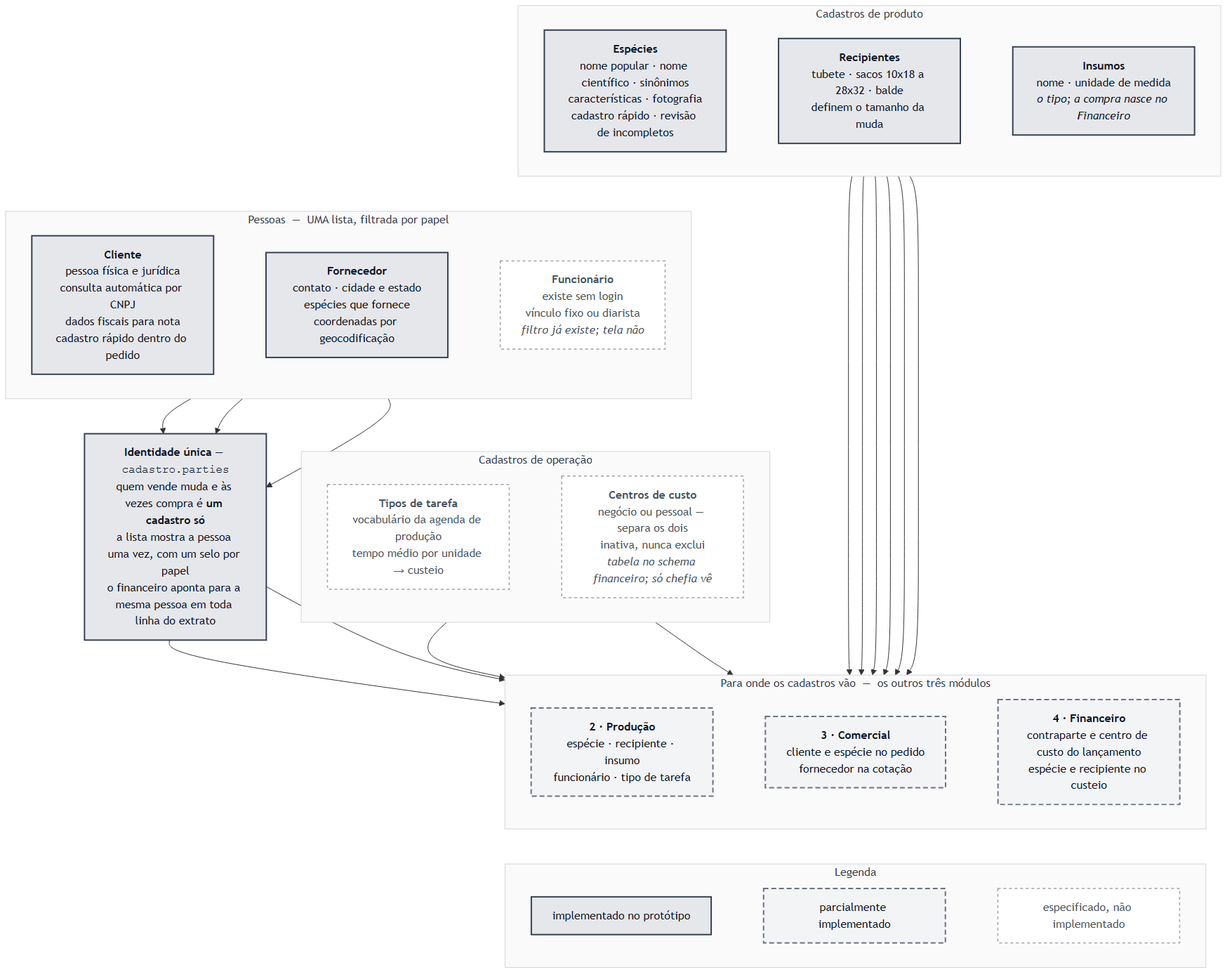
The Mermaid diagram docs/rotinas/img/mapa-1-cadastros.png in JoaoMudar/mudar, before a commit. Its source is kept beside it as docs/rotinas/img/mapa-1-cadastros.mmd.
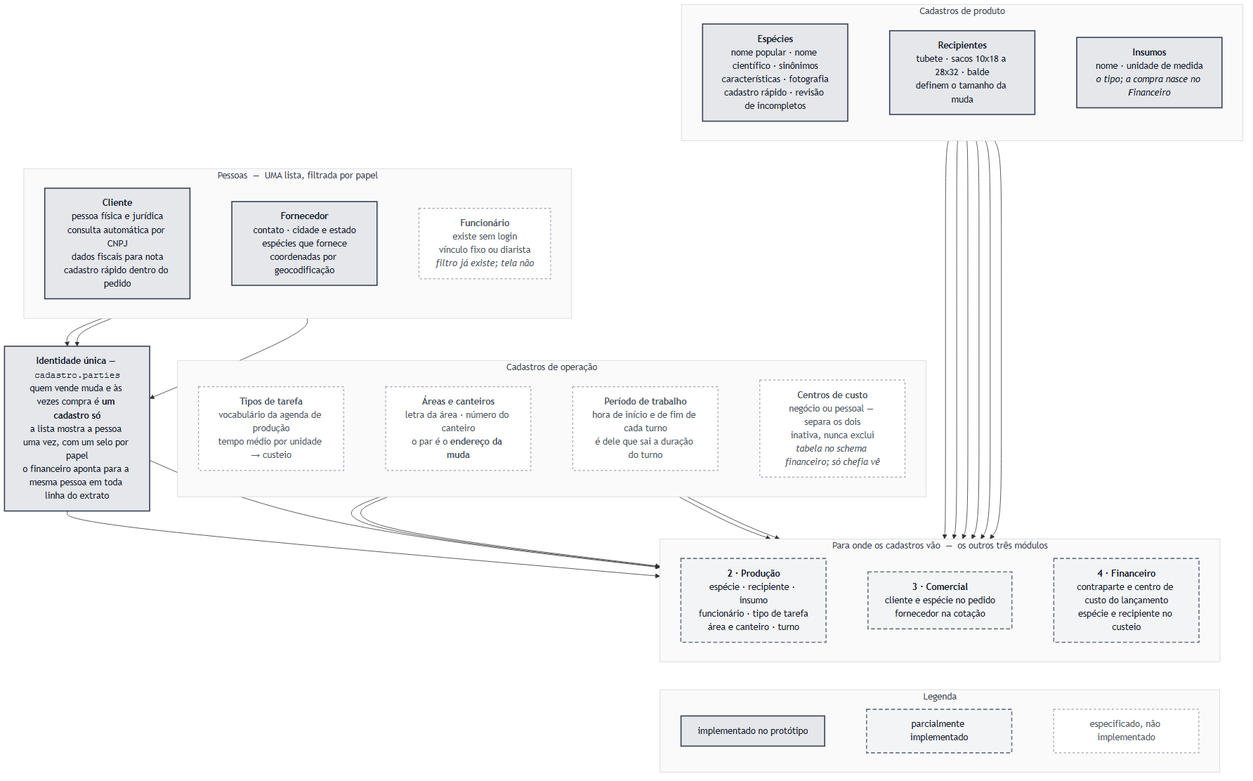
The same diagram one commit later.

What changed in the source:
```diff
@@ -20,13 +20,15 @@
   subgraph OPER["Cadastros de operação"]
     direction LR
     TIP["<b>Tipos de tarefa</b><br/>vocabulário da agenda de produção<br/>tempo médio por unidade &rarr; custeio"]
+    ARE["<b>Áreas e canteiros</b><br/>letra da área · número do canteiro<br/>o par é o <b>endereço da muda</b>"]
+    TUR["<b>Período de trabalho</b><br/>hora de início e de fim de cada turno<br/>é dele que sai a duração do turno"]
     CCU["<b>Centros de custo</b><br/>negócio ou pessoal &mdash; separa os dois<br/>inativa, nunca exclui<br/><i>tabela no schema financeiro; só chefia vê</i>"]
-    TIP ~~~ CCU
+    TIP ~~~ ARE ~~~ TUR ~~~ CCU
   end
 
   subgraph CONS["Para onde os cadastros vão &nbsp;&mdash;&nbsp; os outros três módulos"]
     direction LR
-    D2["<b>2 · Produção</b><br/>espécie · recipiente · insumo<br/>funcionário · tipo de tarefa"]
+    D2["<b>2 · Produção</b><br/>espécie · recipiente · insumo<br/>funcionário · tipo de tarefa<br/>área e canteiro · turno"]
     D3["<b>3 · Comercial</b><br/>cliente e espécie no pedido<br/>fornecedor na cotação"]
     D4["<b>4 · Financeiro</b><br/>contraparte e centro de custo do lançamento<br/>espécie e recipiente no custeio"]
     D2 ~~~ D3 ~~~ D4
@@ -43,6 +45,8 @@
   REC --> D2
   INS --> D2
   TIP --> D2
+  ARE --> D2
+  TUR --> D2
   CCU --> D4
   ESP --> D3
   IDE --> D3
@@ -68,5 +72,5 @@
 
   class ESP,REC,INS,CLI,FOR,IDE,L1 ok
   class D2,D3,D4,L2 meio
-  class FUN,TIP,CCU,L3 falta
+  class FUN,TIP,ARE,TUR,CCU,L3 falta
   class PRODU,PESSOAS,OPER,CONS,LEG grupo
```
